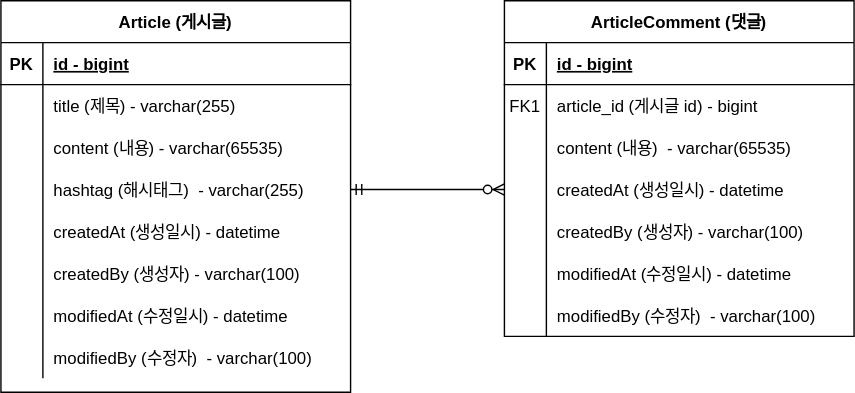
Above: document/spring-board-gradle-erd.svg in moner050/spring-board-gradle (draw.io), before the change. Source tidied: cells renumbered, new cells last; positions are measured from the earlier drawing's top-left corner, leaving out a move shared by most shapes. Source of this version:
```xml
<mxGraphModel>
  <root>
    <mxCell id="0" />
    <mxCell id="1" parent="0" />
    <mxCell id="2" value="ArticleComment (댓글)" style="shape=table;startSize=30;rowLines=0;fontStyle=1;align=center;" parent="1" vertex="1">
      <mxGeometry x="360" width="250" height="240" as="geometry" />
    </mxCell>
    <mxCell id="3" style="shape=partialRectangle;fillColor=none;top=0;left=0;right=0;bottom=1;" parent="2" vertex="1">
      <mxGeometry y="30" width="250" height="30" as="geometry" />
    </mxCell>
    <mxCell id="4" value="PK" style="shape=partialRectangle;overflow=hidden;fillColor=none;top=0;left=0;bottom=0;right=0;fontStyle=1;" parent="3" vertex="1">
      <mxGeometry width="30" height="30" as="geometry" />
    </mxCell>
    <mxCell id="5" value="id - bigint" style="shape=partialRectangle;overflow=hidden;fillColor=none;top=0;left=0;bottom=0;right=0;align=left;spacingLeft=6;fontStyle=5;" parent="3" vertex="1">
      <mxGeometry x="30" width="220" height="30" as="geometry" />
    </mxCell>
    <mxCell id="6" style="shape=partialRectangle;fillColor=none;top=0;left=0;right=0;bottom=0;" parent="2" vertex="1">
      <mxGeometry y="60" width="250" height="30" as="geometry" />
    </mxCell>
    <mxCell id="7" value="FK1" style="shape=partialRectangle;overflow=hidden;fillColor=none;top=0;left=0;bottom=0;right=0;" parent="6" vertex="1">
      <mxGeometry width="30" height="30" as="geometry" />
    </mxCell>
    <mxCell id="8" value="article_id (게시글 id) - bigint" style="shape=partialRectangle;overflow=hidden;fillColor=none;top=0;left=0;bottom=0;right=0;align=left;spacingLeft=6;" parent="6" vertex="1">
      <mxGeometry x="30" width="220" height="30" as="geometry" />
    </mxCell>
    <mxCell id="9" style="shape=partialRectangle;fillColor=none;top=0;left=0;right=0;bottom=0;" parent="2" vertex="1">
      <mxGeometry y="90" width="250" height="30" as="geometry" />
    </mxCell>
    <mxCell id="10" style="shape=partialRectangle;overflow=hidden;fillColor=none;top=0;left=0;bottom=0;right=0;" parent="9" vertex="1">
      <mxGeometry width="30" height="30" as="geometry" />
    </mxCell>
    <mxCell id="11" value="content (내용)  - varchar(65535)" style="shape=partialRectangle;overflow=hidden;fillColor=none;top=0;left=0;bottom=0;right=0;align=left;spacingLeft=6;" parent="9" vertex="1">
      <mxGeometry x="30" width="220" height="30" as="geometry" />
    </mxCell>
    <mxCell id="12" style="shape=partialRectangle;fillColor=none;points=[[0,0.5],[1,0.5]];portConstraint=eastwest;top=0;left=0;right=0;bottom=0;" parent="2" vertex="1">
      <mxGeometry y="120" width="250" height="30" as="geometry" />
    </mxCell>
    <mxCell id="13" style="shape=partialRectangle;overflow=hidden;fillColor=none;top=0;left=0;bottom=0;right=0;" parent="12" vertex="1">
      <mxGeometry width="30" height="30" as="geometry" />
    </mxCell>
    <mxCell id="14" value="createdAt (생성일시) - datetime" style="shape=partialRectangle;overflow=hidden;fillColor=none;top=0;left=0;bottom=0;right=0;align=left;spacingLeft=6;" parent="12" vertex="1">
      <mxGeometry x="30" width="220" height="30" as="geometry" />
    </mxCell>
    <mxCell id="15" style="shape=partialRectangle;fillColor=none;top=0;left=0;right=0;bottom=0;" parent="2" vertex="1">
      <mxGeometry y="150" width="250" height="30" as="geometry" />
    </mxCell>
    <mxCell id="16" style="shape=partialRectangle;overflow=hidden;fillColor=none;top=0;left=0;bottom=0;right=0;" parent="15" vertex="1">
      <mxGeometry width="30" height="30" as="geometry" />
    </mxCell>
    <mxCell id="17" value="createdBy (생성자) - varchar(100)" style="shape=partialRectangle;overflow=hidden;fillColor=none;top=0;left=0;bottom=0;right=0;align=left;spacingLeft=6;" parent="15" vertex="1">
      <mxGeometry x="30" width="220" height="30" as="geometry" />
    </mxCell>
    <mxCell id="18" style="shape=partialRectangle;fillColor=none;top=0;left=0;right=0;bottom=0;" parent="2" vertex="1">
      <mxGeometry y="180" width="250" height="30" as="geometry" />
    </mxCell>
    <mxCell id="19" style="shape=partialRectangle;overflow=hidden;fillColor=none;top=0;left=0;bottom=0;right=0;" parent="18" vertex="1">
      <mxGeometry width="30" height="30" as="geometry" />
    </mxCell>
    <mxCell id="20" value="modifiedAt (수정일시) - datetime" style="shape=partialRectangle;overflow=hidden;fillColor=none;top=0;left=0;bottom=0;right=0;align=left;spacingLeft=6;" parent="18" vertex="1">
      <mxGeometry x="30" width="220" height="30" as="geometry" />
    </mxCell>
    <mxCell id="21" style="shape=partialRectangle;fillColor=none;top=0;left=0;right=0;bottom=0;" parent="2" vertex="1">
      <mxGeometry y="210" width="250" height="30" as="geometry" />
    </mxCell>
    <mxCell id="22" style="shape=partialRectangle;overflow=hidden;fillColor=none;top=0;left=0;bottom=0;right=0;" parent="21" vertex="1">
      <mxGeometry width="30" height="30" as="geometry" />
    </mxCell>
    <mxCell id="23" value="modifiedBy (수정자)  - varchar(100)" style="shape=partialRectangle;overflow=hidden;fillColor=none;top=0;left=0;bottom=0;right=0;align=left;spacingLeft=6;" parent="21" vertex="1">
      <mxGeometry x="30" width="220" height="30" as="geometry" />
    </mxCell>
    <mxCell id="24" value="Article (게시글)" style="shape=table;startSize=30;rowLines=0;fontStyle=1;align=center;" parent="1" vertex="1">
      <mxGeometry width="250" height="280" as="geometry" />
    </mxCell>
    <mxCell id="25" style="shape=partialRectangle;fillColor=none;top=0;left=0;right=0;bottom=1;" parent="24" vertex="1">
      <mxGeometry y="30" width="250" height="30" as="geometry" />
    </mxCell>
    <mxCell id="26" value="PK" style="shape=partialRectangle;overflow=hidden;fillColor=none;top=0;left=0;bottom=0;right=0;fontStyle=1;" parent="25" vertex="1">
      <mxGeometry width="30" height="30" as="geometry" />
    </mxCell>
    <mxCell id="27" value="id - bigint" style="shape=partialRectangle;overflow=hidden;fillColor=none;top=0;left=0;bottom=0;right=0;align=left;spacingLeft=6;fontStyle=5;" parent="25" vertex="1">
      <mxGeometry x="30" width="220" height="30" as="geometry" />
    </mxCell>
    <mxCell id="28" style="shape=partialRectangle;fillColor=none;top=0;left=0;right=0;bottom=0;" parent="24" vertex="1">
      <mxGeometry y="60" width="250" height="30" as="geometry" />
    </mxCell>
    <mxCell id="29" style="shape=partialRectangle;overflow=hidden;fillColor=none;top=0;left=0;bottom=0;right=0;" parent="28" vertex="1">
      <mxGeometry width="30" height="30" as="geometry" />
    </mxCell>
    <mxCell id="30" value="title (제목) - varchar(255)" style="shape=partialRectangle;overflow=hidden;fillColor=none;top=0;left=0;bottom=0;right=0;align=left;spacingLeft=6;" parent="28" vertex="1">
      <mxGeometry x="30" width="220" height="30" as="geometry" />
    </mxCell>
    <mxCell id="31" style="shape=partialRectangle;fillColor=none;top=0;left=0;right=0;bottom=0;" parent="24" vertex="1">
      <mxGeometry y="90" width="250" height="30" as="geometry" />
    </mxCell>
    <mxCell id="32" style="shape=partialRectangle;overflow=hidden;fillColor=none;top=0;left=0;bottom=0;right=0;" parent="31" vertex="1">
      <mxGeometry width="30" height="30" as="geometry" />
    </mxCell>
    <mxCell id="33" value="content (내용) - varchar(65535)" style="shape=partialRectangle;overflow=hidden;fillColor=none;top=0;left=0;bottom=0;right=0;align=left;spacingLeft=6;" parent="31" vertex="1">
      <mxGeometry x="30" width="220" height="30" as="geometry" />
    </mxCell>
    <mxCell id="34" style="shape=partialRectangle;fillColor=none;points=[[0,0.5],[1,0.5]];portConstraint=eastwest;top=0;left=0;right=0;bottom=0;" parent="24" vertex="1">
      <mxGeometry y="120" width="250" height="30" as="geometry" />
    </mxCell>
    <mxCell id="35" style="shape=partialRectangle;overflow=hidden;fillColor=none;top=0;left=0;bottom=0;right=0;" parent="34" vertex="1">
      <mxGeometry width="30" height="30" as="geometry" />
    </mxCell>
    <mxCell id="36" value="hashtag (해시태그)  - varchar(255)" style="shape=partialRectangle;overflow=hidden;fillColor=none;top=0;left=0;bottom=0;right=0;align=left;spacingLeft=6;" parent="34" vertex="1">
      <mxGeometry x="30" width="220" height="30" as="geometry" />
    </mxCell>
    <mxCell id="37" style="shape=partialRectangle;fillColor=none;top=0;left=0;right=0;bottom=0;" parent="24" vertex="1">
      <mxGeometry y="150" width="250" height="30" as="geometry" />
    </mxCell>
    <mxCell id="38" style="shape=partialRectangle;overflow=hidden;fillColor=none;top=0;left=0;bottom=0;right=0;" parent="37" vertex="1">
      <mxGeometry width="30" height="30" as="geometry" />
    </mxCell>
    <mxCell id="39" value="createdAt (생성일시) - datetime" style="shape=partialRectangle;overflow=hidden;fillColor=none;top=0;left=0;bottom=0;right=0;align=left;spacingLeft=6;" parent="37" vertex="1">
      <mxGeometry x="30" width="220" height="30" as="geometry" />
    </mxCell>
    <mxCell id="40" style="shape=partialRectangle;fillColor=none;top=0;left=0;right=0;bottom=0;" parent="24" vertex="1">
      <mxGeometry y="180" width="250" height="30" as="geometry" />
    </mxCell>
    <mxCell id="41" style="shape=partialRectangle;overflow=hidden;fillColor=none;top=0;left=0;bottom=0;right=0;" parent="40" vertex="1">
      <mxGeometry width="30" height="30" as="geometry" />
    </mxCell>
    <mxCell id="42" value="createdBy (생성자) - varchar(100)" style="shape=partialRectangle;overflow=hidden;fillColor=none;top=0;left=0;bottom=0;right=0;align=left;spacingLeft=6;" parent="40" vertex="1">
      <mxGeometry x="30" width="220" height="30" as="geometry" />
    </mxCell>
    <mxCell id="43" style="shape=partialRectangle;fillColor=none;top=0;left=0;right=0;bottom=0;" parent="24" vertex="1">
      <mxGeometry y="210" width="250" height="30" as="geometry" />
    </mxCell>
    <mxCell id="44" style="shape=partialRectangle;overflow=hidden;fillColor=none;top=0;left=0;bottom=0;right=0;" parent="43" vertex="1">
      <mxGeometry width="30" height="30" as="geometry" />
    </mxCell>
    <mxCell id="45" value="modifiedAt (수정일시) - datetime" style="shape=partialRectangle;overflow=hidden;fillColor=none;top=0;left=0;bottom=0;right=0;align=left;spacingLeft=6;" parent="43" vertex="1">
      <mxGeometry x="30" width="220" height="30" as="geometry" />
    </mxCell>
    <mxCell id="46" style="shape=partialRectangle;fillColor=none;top=0;left=0;right=0;bottom=0;" parent="24" vertex="1">
      <mxGeometry y="240" width="250" height="30" as="geometry" />
    </mxCell>
    <mxCell id="47" style="shape=partialRectangle;overflow=hidden;fillColor=none;top=0;left=0;bottom=0;right=0;" parent="46" vertex="1">
      <mxGeometry width="30" height="30" as="geometry" />
    </mxCell>
    <mxCell id="48" value="modifiedBy (수정자)  - varchar(100)" style="shape=partialRectangle;overflow=hidden;fillColor=none;top=0;left=0;bottom=0;right=0;align=left;spacingLeft=6;" parent="46" vertex="1">
      <mxGeometry x="30" width="220" height="30" as="geometry" />
    </mxCell>
    <mxCell id="49" style="edgeStyle=entityRelationEdgeStyle;fontSize=12;html=1;endArrow=ERzeroToMany;startArrow=ERmandOne;rounded=0;entryX=0;entryY=0.5;entryDx=0;entryDy=0;exitX=1;exitY=0.5;exitDx=0;exitDy=0;" parent="1" edge="1" source="34" target="12">
      <mxGeometry relative="1" as="geometry" />
    </mxCell>
  </root>
</mxGraphModel>
```
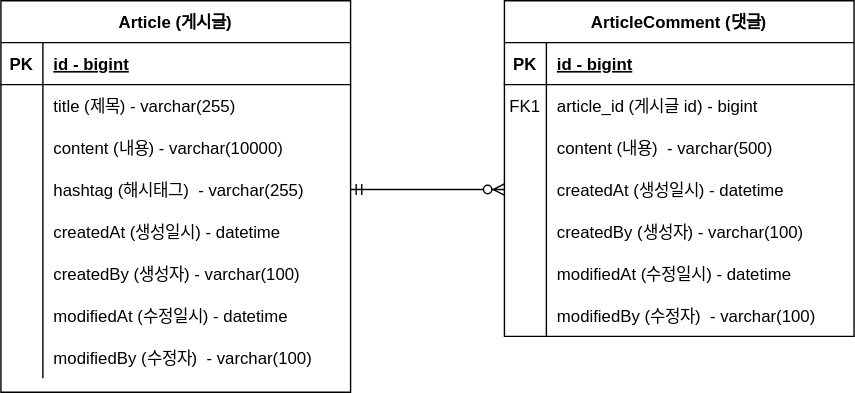
After the change.

Commit message:
#10 - ERD 업데이트 content 사이즈 조절

The edit, as a diff of the source:
```diff
@@ -29,7 +29,7 @@
     <mxCell id="10" style="shape=partialRectangle;overflow=hidden;fillColor=none;top=0;left=0;bottom=0;right=0;" parent="9" vertex="1">
       <mxGeometry width="30" height="30" as="geometry" />
     </mxCell>
-    <mxCell id="11" value="content (내용)  - varchar(65535)" style="shape=partialRectangle;overflow=hidden;fillColor=none;top=0;left=0;bottom=0;right=0;align=left;spacingLeft=6;" parent="9" vertex="1">
+    <mxCell id="11" value="content (내용)  - varchar(500)" style="shape=partialRectangle;overflow=hidden;fillColor=none;top=0;left=0;bottom=0;right=0;align=left;spacingLeft=6;" parent="9" vertex="1">
       <mxGeometry x="30" width="220" height="30" as="geometry" />
     </mxCell>
     <mxCell id="12" style="shape=partialRectangle;fillColor=none;points=[[0,0.5],[1,0.5]];portConstraint=eastwest;top=0;left=0;right=0;bottom=0;" parent="2" vertex="1">
@@ -95,7 +95,7 @@
     <mxCell id="32" style="shape=partialRectangle;overflow=hidden;fillColor=none;top=0;left=0;bottom=0;right=0;" parent="31" vertex="1">
       <mxGeometry width="30" height="30" as="geometry" />
     </mxCell>
-    <mxCell id="33" value="content (내용) - varchar(65535)" style="shape=partialRectangle;overflow=hidden;fillColor=none;top=0;left=0;bottom=0;right=0;align=left;spacingLeft=6;" parent="31" vertex="1">
+    <mxCell id="33" value="content (내용) - varchar(10000)" style="shape=partialRectangle;overflow=hidden;fillColor=none;top=0;left=0;bottom=0;right=0;align=left;spacingLeft=6;" parent="31" vertex="1">
       <mxGeometry x="30" width="220" height="30" as="geometry" />
     </mxCell>
     <mxCell id="34" style="shape=partialRectangle;fillColor=none;points=[[0,0.5],[1,0.5]];portConstraint=eastwest;top=0;left=0;right=0;bottom=0;" parent="24" vertex="1">
```
